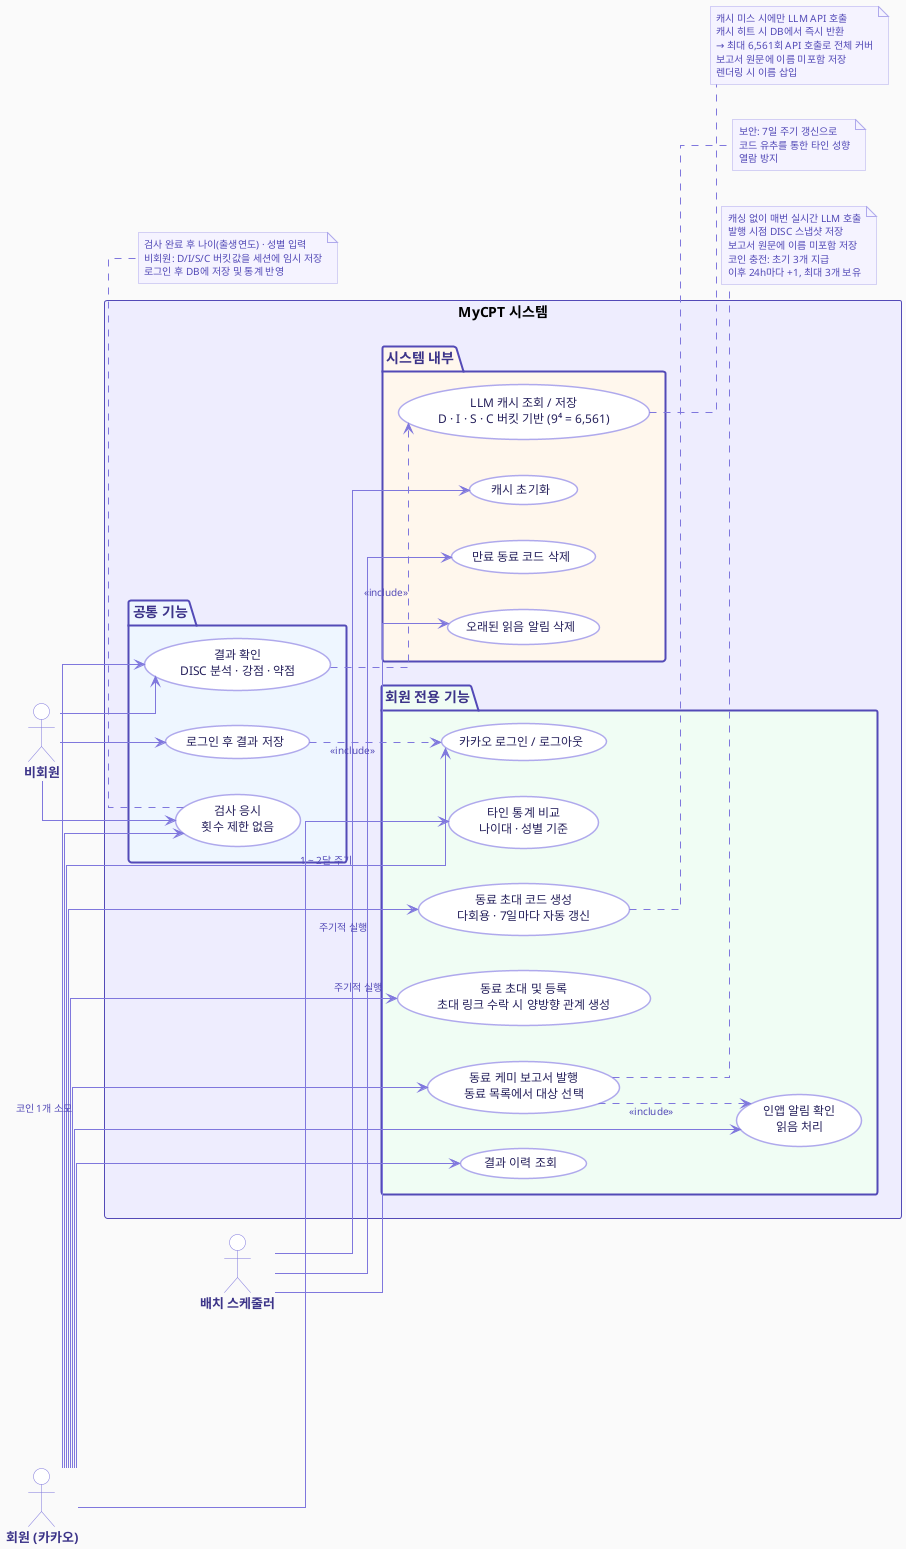
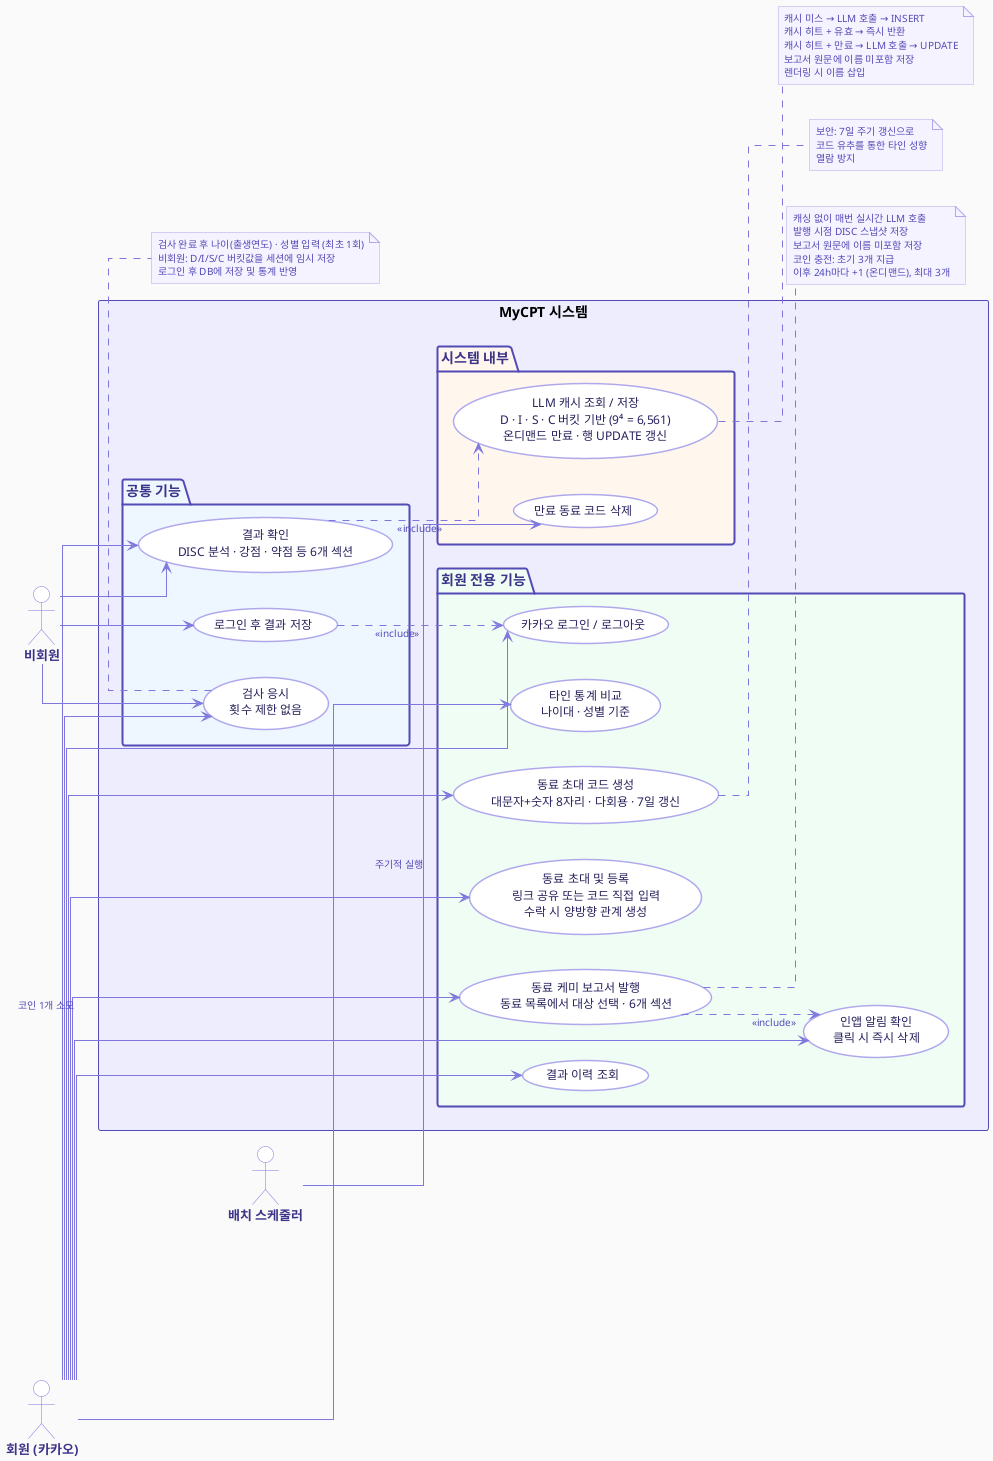
@startuml MyCPT_UseCase

left to right direction
skinparam backgroundColor #FAFAFA

skinparam actor {
  BackgroundColor #FFFFFF
  BorderColor #7F77DD
  FontColor #3C3489
  FontSize 13
  FontStyle bold
}

skinparam usecase {
  BackgroundColor #FFFFFF
  BorderColor #AFA9EC
  FontColor #26215C
  FontSize 12
  BorderThickness 1.5
  ArrowColor #7F77DD
  ArrowFontColor #534AB7
  ArrowFontSize 10
}

skinparam package {
  BackgroundColor #EEEDFE
  BorderColor #534AB7
  BorderThickness 2
  FontColor #3C3489
  FontSize 14
  FontStyle bold
}

skinparam note {
  BackgroundColor #F5F3FF
  BorderColor #AFA9EC
  FontColor #534AB7
  FontSize 10
}

skinparam linetype ortho

actor "비회원" as Guest
actor "회원 (카카오)" as Member
actor "배치 스케줄러" as Batch

rectangle "MyCPT 시스템" {

  package "공통 기능" #EEF6FF {
    usecase "검사 응시\n횟수 제한 없음" as UC_Test
-     usecase "결과 확인\nDISC 분석 · 강점 · 약점" as UC_Result
+     usecase "결과 확인\nDISC 분석 · 강점 · 약점 등 6개 섹션" as UC_Result
    usecase "로그인 후 결과 저장" as UC_Save
  }

  package "회원 전용 기능" #F0FDF4 {
    usecase "카카오 로그인 / 로그아웃" as UC_Login
    usecase "결과 이력 조회" as UC_History
    usecase "타인 통계 비교\n나이대 · 성별 기준" as UC_Stats
-     usecase "동료 초대 코드 생성\n다회용 · 7일마다 자동 갱신" as UC_Code
-     usecase "동료 초대 및 등록\n초대 링크 수락 시 양방향 관계 생성" as UC_ColleagueRegister
-     usecase "동료 케미 보고서 발행\n동료 목록에서 대상 선택" as UC_Compat
-     usecase "인앱 알림 확인\n읽음 처리" as UC_Notify
+     usecase "동료 초대 코드 생성\n대문자+숫자 8자리 · 다회용 · 7일 갱신" as UC_Code
+     usecase "동료 초대 및 등록\n링크 공유 또는 코드 직접 입력\n수락 시 양방향 관계 생성" as UC_ColleagueRegister
+     usecase "동료 케미 보고서 발행\n동료 목록에서 대상 선택 · 6개 섹션" as UC_Compat
+     usecase "인앱 알림 확인\n클릭 시 즉시 삭제" as UC_Notify
  }

  package "시스템 내부" #FFF7ED {
-     usecase "LLM 캐시 조회 / 저장\nD · I · S · C 버킷 기반 (9⁴ = 6,561)" as UC_Cache
-     usecase "캐시 초기화" as UC_Clear
+     usecase "LLM 캐시 조회 / 저장\nD · I · S · C 버킷 기반 (9⁴ = 6,561)\n온디맨드 만료 · 행 UPDATE 갱신" as UC_Cache
    usecase "만료 동료 코드 삭제" as UC_PeerCodeClean
-     usecase "오래된 읽음 알림 삭제" as UC_NotifyClean
  }
}
+ 
+ Guest  --> UC_Test
+ Guest  --> UC_Result
+ Guest  --> UC_Save

Member --> UC_Test
Member --> UC_Result
Member --> UC_Login
Member --> UC_History
Member --> UC_Stats
Member --> UC_Code
Member --> UC_ColleagueRegister
Member --> UC_Compat      : 코인 1개 소모
Member --> UC_Notify

- Guest  --> UC_Test
- Guest  --> UC_Result
- Guest  --> UC_Save
+ Batch  --> UC_PeerCodeClean : 주기적 실행

- Batch  --> UC_Clear        : 1 ~ 2달 주기
- Batch  --> UC_PeerCodeClean : 주기적 실행
- Batch  --> UC_NotifyClean   : 주기적 실행
- 
- UC_Result ..> UC_Cache : <<include>>
- UC_Save   ..> UC_Login : <<include>>
+ UC_Result ..> UC_Cache  : <<include>>
+ UC_Save   ..> UC_Login  : <<include>>
UC_Compat ..> UC_Notify : <<include>>

note right of UC_Cache
-   캐시 미스 시에만 LLM API 호출
-   캐시 히트 시 DB에서 즉시 반환
-   → 최대 6,561회 API 호출로 전체 커버
+   캐시 미스 → LLM 호출 → INSERT
+   캐시 히트 + 유효 → 즉시 반환
+   캐시 히트 + 만료 → LLM 호출 → UPDATE
  보고서 원문에 이름 미포함 저장
  렌더링 시 이름 삽입
end note

note right of UC_Compat
  캐싱 없이 매번 실시간 LLM 호출
  발행 시점 DISC 스냅샷 저장
  보고서 원문에 이름 미포함 저장
  코인 충전: 초기 3개 지급
-   이후 24h마다 +1, 최대 3개 보유
+   이후 24h마다 +1 (온디맨드), 최대 3개
end note

note right of UC_Code
  보안: 7일 주기 갱신으로
  코드 유추를 통한 타인 성향
  열람 방지
end note

note bottom of UC_Test
-   검사 완료 후 나이(출생연도) · 성별 입력
+   검사 완료 후 나이(출생연도) · 성별 입력 (최초 1회)
  비회원: D/I/S/C 버킷값을 세션에 임시 저장
  로그인 후 DB에 저장 및 통계 반영
end note

@enduml